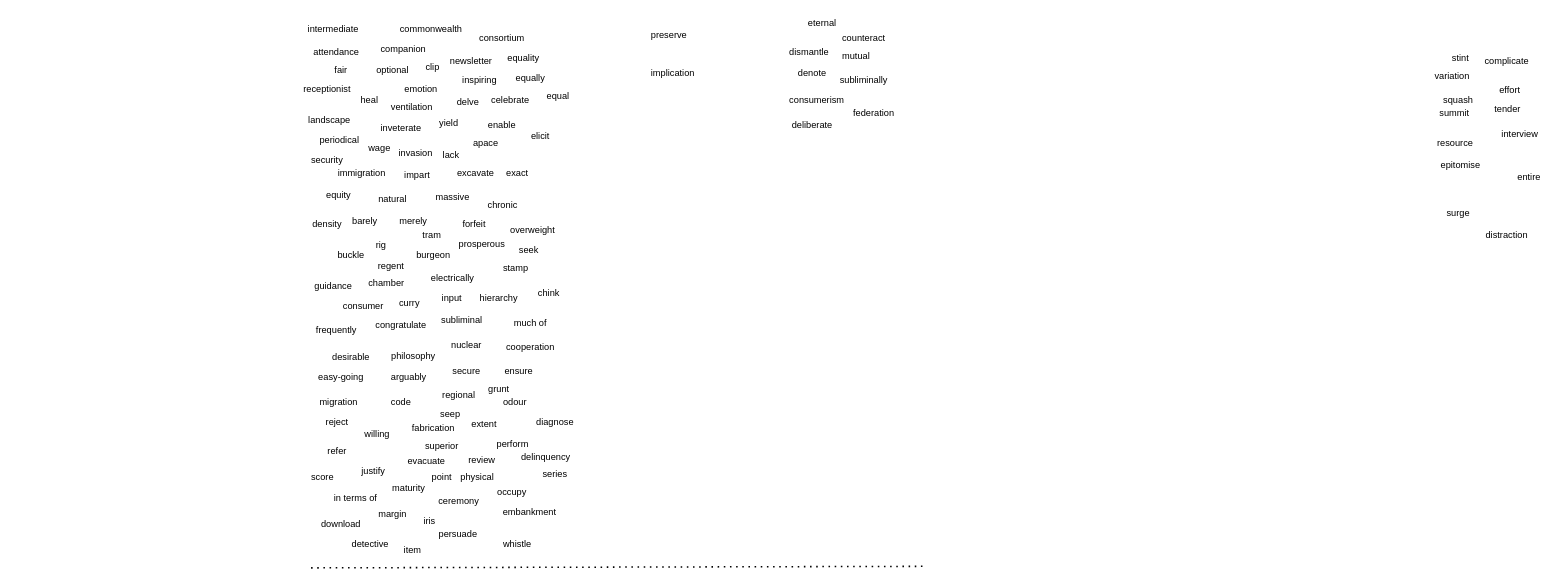
The draw.io diagram page "2023-11-14 00:12:41" (2 of 2) of 2023-11-13.drawio in GC-L/hello-world, before the edit. Source tidied: cells renumbered, new cells numbered last; positions are measured from the earlier drawing's top-left corner, leaving out a move shared by most shapes. Both pictures are drawn from the tidied source at 77%, with x=0, y=0 at pixel (296, 13).
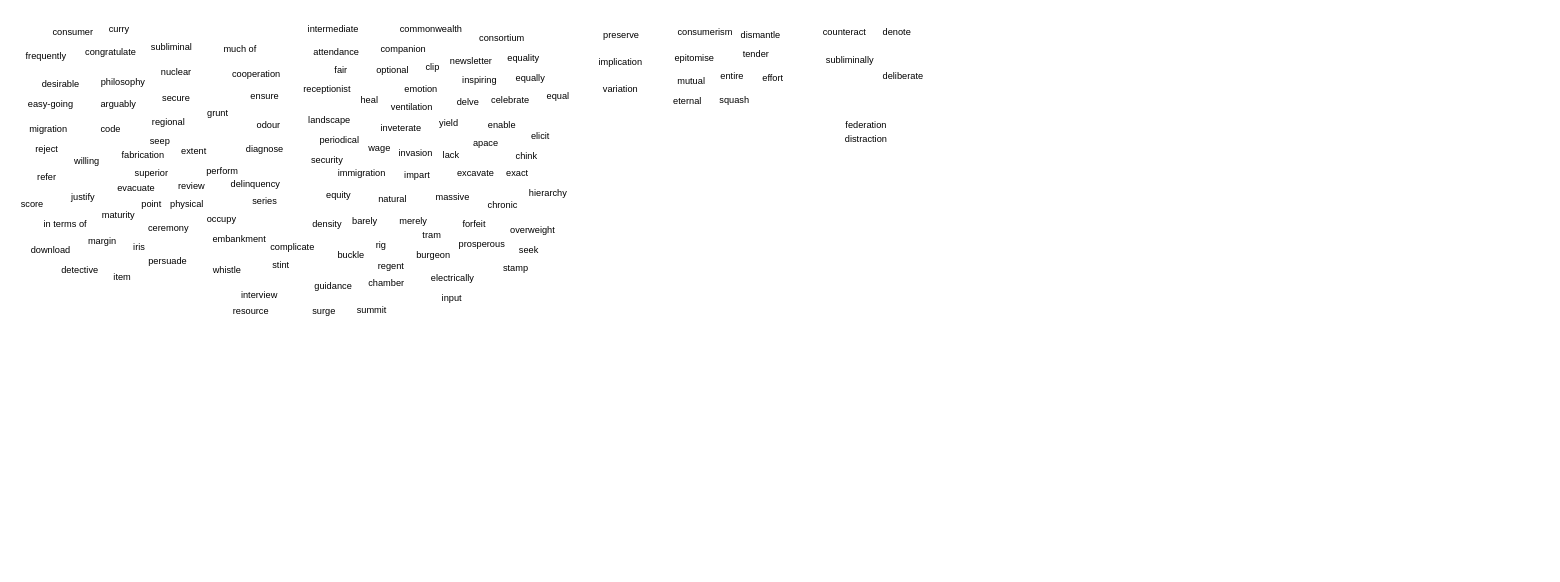
The same page after the edit.

Diff of the diagram source:
```diff
@@
     <mxCell id="4" value="arguably" style="text;html=1;align=center;verticalAlign=middle;strokeColor=none;fillColor=none;" parent="1" vertex="1">
-      <mxGeometry x="114" y="460" width="64" height="26" as="geometry" />
+      <mxGeometry x="-263" y="104.5" width="64" height="26" as="geometry" />
     </mxCell>
@@
     <mxCell id="6" value="hierarchy" style="text;html=1;align=center;verticalAlign=middle;strokeColor=none;fillColor=none;" parent="1" vertex="1">
-      <mxGeometry x="229.5" y="357" width="67" height="26" as="geometry" />
+      <mxGeometry x="293.5" y="221" width="67" height="26" as="geometry" />
     </mxCell>
@@
     <mxCell id="8" value="easy-going" style="text;html=1;align=center;verticalAlign=middle;strokeColor=none;fillColor=none;" parent="1" vertex="1">
-      <mxGeometry x="19.5" y="460" width="77" height="26" as="geometry" />
+      <mxGeometry x="-357.5" y="104.5" width="77" height="26" as="geometry" />
     </mxCell>
@@
     <mxCell id="10" value="philosophy" style="text;html=1;align=center;verticalAlign=middle;strokeColor=none;fillColor=none;" parent="1" vertex="1">
-      <mxGeometry x="114" y="432" width="75" height="26" as="geometry" />
+      <mxGeometry x="-263" y="76.5" width="75" height="26" as="geometry" />
     </mxCell>
@@
     <mxCell id="13" value="desirable" style="text;html=1;align=center;verticalAlign=middle;strokeColor=none;fillColor=none;" parent="1" vertex="1">
-      <mxGeometry x="37" y="434" width="67" height="26" as="geometry" />
+      <mxGeometry x="-340" y="78.5" width="67" height="26" as="geometry" />
     </mxCell>
@@
     <mxCell id="16" value="curry" style="text;html=1;align=center;verticalAlign=middle;strokeColor=none;fillColor=none;" parent="1" vertex="1">
-      <mxGeometry x="124" y="363" width="45" height="26" as="geometry" />
+      <mxGeometry x="-253" y="7.5" width="45" height="26" as="geometry" />
     </mxCell>
     <mxCell id="17" value="subliminal" style="text;html=1;align=center;verticalAlign=middle;strokeColor=none;fillColor=none;" parent="1" vertex="1">
-      <mxGeometry x="179" y="386" width="71" height="26" as="geometry" />
+      <mxGeometry x="-198" y="30.5" width="71" height="26" as="geometry" />
     </mxCell>
     <mxCell id="18" value="subliminally" style="text;html=1;align=center;verticalAlign=middle;strokeColor=none;fillColor=none;" parent="1" vertex="1">
-      <mxGeometry x="697" y="74" width="80" height="26" as="geometry" />
+      <mxGeometry x="679" y="47.8" width="80" height="26" as="geometry" />
     </mxCell>
@@
     <mxCell id="20" value="frequently" style="text;html=1;align=center;verticalAlign=middle;strokeColor=none;fillColor=none;" parent="1" vertex="1">
-      <mxGeometry x="16" y="398" width="71" height="26" as="geometry" />
+      <mxGeometry x="-361" y="42.5" width="71" height="26" as="geometry" />
     </mxCell>
@@
     <mxCell id="24" value="consumer" style="text;html=1;align=center;verticalAlign=middle;strokeColor=none;fillColor=none;" parent="1" vertex="1">
-      <mxGeometry x="51.5" y="367" width="71" height="26" as="geometry" />
+      <mxGeometry x="-325.5" y="11.5" width="71" height="26" as="geometry" />
     </mxCell>
     <mxCell id="25" value="consumerism" style="text;html=1;align=center;verticalAlign=middle;strokeColor=none;fillColor=none;" parent="1" vertex="1">
-      <mxGeometry x="631" y="100" width="89" height="26" as="geometry" />
+      <mxGeometry x="486" y="11.5" width="89" height="26" as="geometry" />
     </mxCell>
@@
     <mxCell id="31" value="nuclear" style="text;html=1;align=center;verticalAlign=middle;strokeColor=none;fillColor=none;" parent="1" vertex="1">
-      <mxGeometry x="192" y="418" width="57" height="26" as="geometry" />
+      <mxGeometry x="-185" y="62.5" width="57" height="26" as="geometry" />
     </mxCell>
     <mxCell id="32" value="mutual" style="text;html=1;align=center;verticalAlign=middle;strokeColor=none;fillColor=none;" parent="1" vertex="1">
-      <mxGeometry x="700" y="42" width="54" height="26" as="geometry" />
+      <mxGeometry x="486" y="74.5" width="54" height="26" as="geometry" />
     </mxCell>
@@
     <mxCell id="35" value="congratulate" style="text;html=1;align=center;verticalAlign=middle;strokeColor=none;fillColor=none;" parent="1" vertex="1">
-      <mxGeometry x="93.5" y="392" width="84" height="26" as="geometry" />
+      <mxGeometry x="-283.5" y="36.5" width="84" height="26" as="geometry" />
     </mxCell>
@@
-    <mxCell id="41" style="endArrow=none;dashed=1;html=1;dashPattern=1 3;strokeWidth=2;rounded=0;" parent="1" edge="1">
-      <mxGeometry relative="1" as="geometry">
-        <mxPoint x="19.5" y="720" as="sourcePoint" />
-        <mxPoint x="817.5" y="718" as="targetPoint" />
-      </mxGeometry>
-    </mxCell>
@@
     <mxCell id="43" value="counteract" style="text;html=1;align=center;verticalAlign=middle;strokeColor=none;fillColor=none;" parent="1" vertex="1">
-      <mxGeometry x="700" y="19" width="74" height="26" as="geometry" />
+      <mxGeometry x="675" y="11.2" width="74" height="26" as="geometry" />
     </mxCell>
@@
     <mxCell id="46" value="eternal" style="text;html=1;align=center;verticalAlign=middle;strokeColor=none;fillColor=none;" parent="1" vertex="1">
-      <mxGeometry x="655" width="55" height="26" as="geometry" />
+      <mxGeometry x="480" y="100.5" width="55" height="26" as="geometry" />
     </mxCell>
@@
     <mxCell id="54" value="dismantle" style="text;html=1;align=center;verticalAlign=middle;strokeColor=none;fillColor=none;" parent="1" vertex="1">
-      <mxGeometry x="631" y="37" width="69" height="26" as="geometry" />
+      <mxGeometry x="568" y="15" width="69" height="26" as="geometry" />
     </mxCell>
@@
     <mxCell id="71" value="grunt" style="text;html=1;align=center;verticalAlign=middle;strokeColor=none;fillColor=none;" parent="1" vertex="1">
-      <mxGeometry x="240.5" y="475" width="45" height="26" as="geometry" />
+      <mxGeometry x="-125" y="116" width="45" height="26" as="geometry" />
     </mxCell>
     <mxCell id="72" value="regional" style="text;html=1;align=center;verticalAlign=middle;strokeColor=none;fillColor=none;" parent="1" vertex="1">
-      <mxGeometry x="180" y="483" width="61" height="26" as="geometry" />
+      <mxGeometry x="-197" y="127.5" width="61" height="26" as="geometry" />
     </mxCell>
     <mxCell id="73" value="secure" style="text;html=1;align=center;verticalAlign=middle;strokeColor=none;fillColor=none;" parent="1" vertex="1">
-      <mxGeometry x="193.5" y="452" width="54" height="26" as="geometry" />
+      <mxGeometry x="-183.5" y="96.5" width="54" height="26" as="geometry" />
     </mxCell>
     <mxCell id="74" value="preserve" style="text;html=1;align=center;verticalAlign=middle;strokeColor=none;fillColor=none;" parent="1" vertex="1">
-      <mxGeometry x="451" y="15" width="65" height="26" as="geometry" />
+      <mxGeometry x="389" y="15" width="65" height="26" as="geometry" />
     </mxCell>
     <mxCell id="75" value="reject" style="text;html=1;align=center;verticalAlign=middle;strokeColor=none;fillColor=none;" parent="1" vertex="1">
-      <mxGeometry x="29.5" y="518" width="47" height="26" as="geometry" />
+      <mxGeometry x="-347.5" y="162.5" width="47" height="26" as="geometry" />
     </mxCell>
     <mxCell id="76" value="code" style="text;html=1;align=center;verticalAlign=middle;strokeColor=none;fillColor=none;" parent="1" vertex="1">
-      <mxGeometry x="113.5" y="492" width="44" height="26" as="geometry" />
+      <mxGeometry x="-263.5" y="136.5" width="44" height="26" as="geometry" />
     </mxCell>
@@
     <mxCell id="78" value="item" style="text;html=1;align=center;verticalAlign=middle;strokeColor=none;fillColor=none;" parent="1" vertex="1">
-      <mxGeometry x="130.5" y="684" width="41" height="26" as="geometry" />
+      <mxGeometry x="-246.5" y="328.5" width="41" height="26" as="geometry" />
     </mxCell>
     <mxCell id="79" value="effort" style="text;html=1;align=center;verticalAlign=middle;strokeColor=none;fillColor=none;" parent="1" vertex="1">
-      <mxGeometry x="1553.5" y="87" width="45" height="26" as="geometry" />
+      <mxGeometry x="596" y="71" width="45" height="26" as="geometry" />
     </mxCell>
     <mxCell id="80" value="point" style="text;html=1;align=center;verticalAlign=middle;strokeColor=none;fillColor=none;" parent="1" vertex="1">
-      <mxGeometry x="167" y="590" width="44" height="26" as="geometry" />
+      <mxGeometry x="-210" y="234.5" width="44" height="26" as="geometry" />
     </mxCell>
     <mxCell id="81" value="review" style="text;html=1;align=center;verticalAlign=middle;strokeColor=none;fillColor=none;" parent="1" vertex="1">
-      <mxGeometry x="214" y="567" width="53" height="26" as="geometry" />
+      <mxGeometry x="-163" y="211.5" width="53" height="26" as="geometry" />
     </mxCell>
     <mxCell id="82" value="series" style="text;html=1;align=center;verticalAlign=middle;strokeColor=none;fillColor=none;" parent="1" vertex="1">
-      <mxGeometry x="311" y="586" width="50" height="26" as="geometry" />
+      <mxGeometry x="-66" y="230.5" width="50" height="26" as="geometry" />
     </mxCell>
     <mxCell id="83" value="variation" style="text;html=1;align=center;verticalAlign=middle;strokeColor=none;fillColor=none;" parent="1" vertex="1">
-      <mxGeometry x="1469" y="68" width="63" height="26" as="geometry" />
+      <mxGeometry x="389" y="86" width="63" height="26" as="geometry" />
     </mxCell>
     <mxCell id="84" value="margin" style="text;html=1;align=center;verticalAlign=middle;strokeColor=none;fillColor=none;" parent="1" vertex="1">
-      <mxGeometry x="97" y="638" width="55" height="26" as="geometry" />
+      <mxGeometry x="-280" y="282.5" width="55" height="26" as="geometry" />
     </mxCell>
     <mxCell id="85" value="distraction" style="text;html=1;align=center;verticalAlign=middle;strokeColor=none;fillColor=none;" parent="1" vertex="1">
-      <mxGeometry x="1535.5" y="275" width="73" height="26" as="geometry" />
+      <mxGeometry x="703" y="151" width="73" height="26" as="geometry" />
     </mxCell>
     <mxCell id="86" value="complicate" style="text;html=1;align=center;verticalAlign=middle;strokeColor=none;fillColor=none;" parent="1" vertex="1">
-      <mxGeometry x="1534.5" y="49" width="75" height="26" as="geometry" />
+      <mxGeometry x="-43" y="290.5" width="75" height="26" as="geometry" />
     </mxCell>
@@
     <mxCell id="88" value="maturity" style="text;html=1;align=center;verticalAlign=middle;strokeColor=none;fillColor=none;" parent="1" vertex="1">
-      <mxGeometry x="115" y="604" width="61" height="26" as="geometry" />
+      <mxGeometry x="-262" y="248.5" width="61" height="26" as="geometry" />
     </mxCell>
     <mxCell id="89" value="download" style="text;html=1;align=center;verticalAlign=middle;strokeColor=none;fillColor=none;" parent="1" vertex="1">
-      <mxGeometry x="23.5" y="650" width="69" height="26" as="geometry" />
+      <mxGeometry x="-353.5" y="294.5" width="69" height="26" as="geometry" />
     </mxCell>
     <mxCell id="90" value="interview" style="text;html=1;align=center;verticalAlign=middle;strokeColor=none;fillColor=none;" parent="1" vertex="1">
-      <mxGeometry x="1556.5" y="144" width="65" height="26" as="geometry" />
+      <mxGeometry x="-81" y="353" width="65" height="26" as="geometry" />
     </mxCell>
     <mxCell id="91" value="extent" style="text;html=1;align=center;verticalAlign=middle;strokeColor=none;fillColor=none;" parent="1" vertex="1">
-      <mxGeometry x="218" y="521" width="51" height="26" as="geometry" />
+      <mxGeometry x="-159" y="165.5" width="51" height="26" as="geometry" />
     </mxCell>
     <mxCell id="92" value="evacuate" style="text;html=1;align=center;verticalAlign=middle;strokeColor=none;fillColor=none;" parent="1" vertex="1">
-      <mxGeometry x="135" y="569" width="67" height="26" as="geometry" />
+      <mxGeometry x="-242" y="213.5" width="67" height="26" as="geometry" />
     </mxCell>
     <mxCell id="93" value="embankment" style="text;html=1;align=center;verticalAlign=middle;strokeColor=none;fillColor=none;" parent="1" vertex="1">
-      <mxGeometry x="259" y="635" width="87" height="26" as="geometry" />
+      <mxGeometry x="-118" y="279.5" width="87" height="26" as="geometry" />
     </mxCell>
     <mxCell id="94" value="federation" style="text;html=1;align=center;verticalAlign=middle;strokeColor=none;fillColor=none;" parent="1" vertex="1">
-      <mxGeometry x="714" y="117" width="71" height="26" as="geometry" />
+      <mxGeometry x="704" y="132" width="71" height="26" as="geometry" />
     </mxCell>
     <mxCell id="95" value="surge" style="text;html=1;align=center;verticalAlign=middle;strokeColor=none;fillColor=none;" parent="1" vertex="1">
-      <mxGeometry x="1484.5" y="247" width="48" height="26" as="geometry" />
+      <mxGeometry x="11.5" y="374" width="48" height="26" as="geometry" />
     </mxCell>
     <mxCell id="96" value="physical" style="text;html=1;align=center;verticalAlign=middle;strokeColor=none;fillColor=none;" parent="1" vertex="1">
-      <mxGeometry x="204.5" y="590" width="61" height="26" as="geometry" />
+      <mxGeometry x="-172.5" y="234.5" width="61" height="26" as="geometry" />
     </mxCell>
     <mxCell id="97" value="cooperation" style="text;html=1;align=center;verticalAlign=middle;strokeColor=none;fillColor=none;" parent="1" vertex="1">
-      <mxGeometry x="263" y="420" width="81" height="26" as="geometry" />
+      <mxGeometry x="-93" y="65.8" width="81" height="26" as="geometry" />
     </mxCell>
     <mxCell id="98" value="persuade" style="text;html=1;align=center;verticalAlign=middle;strokeColor=none;fillColor=none;" parent="1" vertex="1">
-      <mxGeometry x="176" y="664" width="68" height="26" as="geometry" />
+      <mxGeometry x="-201" y="308.5" width="68" height="26" as="geometry" />
     </mxCell>
@@
     <mxCell id="101" value="whistle" style="text;html=1;align=center;verticalAlign=middle;strokeColor=none;fillColor=none;" parent="1" vertex="1">
-      <mxGeometry x="259" y="676" width="55" height="26" as="geometry" />
+      <mxGeometry x="-118" y="320.5" width="55" height="26" as="geometry" />
     </mxCell>
     <mxCell id="102" value="detective" style="text;html=1;align=center;verticalAlign=middle;strokeColor=none;fillColor=none;" parent="1" vertex="1">
-      <mxGeometry x="63" y="676" width="66" height="26" as="geometry" />
+      <mxGeometry x="-314" y="320.5" width="66" height="26" as="geometry" />
     </mxCell>
     <mxCell id="103" value="ceremony" style="text;html=1;align=center;verticalAlign=middle;strokeColor=none;fillColor=none;" parent="1" vertex="1">
-      <mxGeometry x="175" y="621" width="71" height="26" as="geometry" />
+      <mxGeometry x="-202" y="265.5" width="71" height="26" as="geometry" />
     </mxCell>
     <mxCell id="104" value="migration" style="text;html=1;align=center;verticalAlign=middle;strokeColor=none;fillColor=none;" parent="1" vertex="1">
-      <mxGeometry x="21" y="492" width="67" height="26" as="geometry" />
+      <mxGeometry x="-356" y="136.5" width="67" height="26" as="geometry" />
     </mxCell>
     <mxCell id="105" value="diagnose" style="text;html=1;align=center;verticalAlign=middle;strokeColor=none;fillColor=none;" parent="1" vertex="1">
-      <mxGeometry x="302.5" y="518" width="67" height="26" as="geometry" />
+      <mxGeometry x="-74.5" y="162.5" width="67" height="26" as="geometry" />
     </mxCell>
     <mxCell id="106" value="denote" style="text;html=1;align=center;verticalAlign=middle;strokeColor=none;fillColor=none;" parent="1" vertex="1">
-      <mxGeometry x="642" y="65" width="55" height="26" as="geometry" />
+      <mxGeometry x="752" y="11.2" width="55" height="26" as="geometry" />
     </mxCell>
     <mxCell id="107" value="chink" style="text;html=1;align=center;verticalAlign=middle;strokeColor=none;fillColor=none;" parent="1" vertex="1">
-      <mxGeometry x="305" y="351" width="46" height="26" as="geometry" />
+      <mxGeometry x="276" y="172" width="46" height="26" as="geometry" />
     </mxCell>
     <mxCell id="108" value="iris" style="text;html=1;align=center;verticalAlign=middle;strokeColor=none;fillColor=none;" parent="1" vertex="1">
-      <mxGeometry x="156" y="646" width="33" height="26" as="geometry" />
+      <mxGeometry x="-221" y="290.5" width="33" height="26" as="geometry" />
     </mxCell>
     <mxCell id="109" value="resource" style="text;html=1;align=center;verticalAlign=middle;strokeColor=none;fillColor=none;" parent="1" vertex="1">
-      <mxGeometry x="1472" y="155" width="65" height="26" as="geometry" />
+      <mxGeometry x="-91.5" y="374" width="65" height="26" as="geometry" />
     </mxCell>
     <mxCell id="110" value="entire" style="text;html=1;align=center;verticalAlign=middle;strokeColor=none;fillColor=none;" parent="1" vertex="1">
-      <mxGeometry x="1576.5" y="200" width="48" height="26" as="geometry" />
+      <mxGeometry x="542" y="68" width="48" height="26" as="geometry" />
     </mxCell>
     <mxCell id="111" value="epitomise" style="text;html=1;align=center;verticalAlign=middle;strokeColor=none;fillColor=none;" parent="1" vertex="1">
-      <mxGeometry x="1477.5" y="184" width="69" height="26" as="geometry" />
+      <mxGeometry x="482" y="45" width="69" height="26" as="geometry" />
     </mxCell>
     <mxCell id="112" value="much of" style="text;html=1;align=center;verticalAlign=middle;strokeColor=none;fillColor=none;" parent="1" vertex="1">
-      <mxGeometry x="273" y="389" width="61" height="26" as="geometry" />
+      <mxGeometry x="-104" y="33.5" width="61" height="26" as="geometry" />
     </mxCell>
     <mxCell id="113" value="summit" style="text;html=1;align=center;verticalAlign=middle;strokeColor=none;fillColor=none;" parent="1" vertex="1">
-      <mxGeometry x="1475.5" y="117" width="57" height="26" as="geometry" />
+      <mxGeometry x="69" y="372" width="57" height="26" as="geometry" />
     </mxCell>
     <mxCell id="114" value="ensure" style="text;html=1;align=center;verticalAlign=middle;strokeColor=none;fillColor=none;" parent="1" vertex="1">
-      <mxGeometry x="261" y="452" width="55" height="26" as="geometry" />
+      <mxGeometry x="-69" y="95" width="55" height="26" as="geometry" />
     </mxCell>
     <mxCell id="115" value="odour" style="text;html=1;align=center;verticalAlign=middle;strokeColor=none;fillColor=none;" parent="1" vertex="1">
-      <mxGeometry x="259" y="492" width="49" height="26" as="geometry" />
+      <mxGeometry x="-61" y="132" width="49" height="26" as="geometry" />
     </mxCell>
     <mxCell id="116" value="superior" style="text;html=1;align=center;verticalAlign=middle;strokeColor=none;fillColor=none;" parent="1" vertex="1">
-      <mxGeometry x="158.5" y="549" width="61" height="26" as="geometry" />
+      <mxGeometry x="-218.5" y="193.5" width="61" height="26" as="geometry" />
     </mxCell>
     <mxCell id="117" value="in terms of" style="text;html=1;align=center;verticalAlign=middle;strokeColor=none;fillColor=none;" parent="1" vertex="1">
-      <mxGeometry x="39.5" y="616" width="74" height="26" as="geometry" />
+      <mxGeometry x="-337.5" y="260.5" width="74" height="26" as="geometry" />
     </mxCell>
     <mxCell id="118" value="tender" style="text;html=1;align=center;verticalAlign=middle;strokeColor=none;fillColor=none;" parent="1" vertex="1">
-      <mxGeometry x="1546.5" y="112" width="52" height="26" as="geometry" />
+      <mxGeometry x="571" y="39.8" width="52" height="26" as="geometry" />
     </mxCell>
     <mxCell id="119" value="willing" style="text;html=1;align=center;verticalAlign=middle;strokeColor=none;fillColor=none;" parent="1" vertex="1">
-      <mxGeometry x="79" y="534" width="51" height="26" as="geometry" />
+      <mxGeometry x="-298" y="178.5" width="51" height="26" as="geometry" />
     </mxCell>
     <mxCell id="120" value="perform" style="text;html=1;align=center;verticalAlign=middle;strokeColor=none;fillColor=none;" parent="1" vertex="1">
-      <mxGeometry x="251" y="547" width="59" height="26" as="geometry" />
+      <mxGeometry x="-126" y="191.5" width="59" height="26" as="geometry" />
     </mxCell>
     <mxCell id="121" value="seep" style="text;html=1;align=center;verticalAlign=middle;strokeColor=none;fillColor=none;" parent="1" vertex="1">
-      <mxGeometry x="178" y="508" width="44" height="26" as="geometry" />
+      <mxGeometry x="-199" y="152.5" width="44" height="26" as="geometry" />
     </mxCell>
     <mxCell id="122" value="delinquency" style="text;html=1;align=center;verticalAlign=middle;strokeColor=none;fillColor=none;" parent="1" vertex="1">
-      <mxGeometry x="283" y="564" width="82" height="26" as="geometry" />
+      <mxGeometry x="-94" y="208.5" width="82" height="26" as="geometry" />
     </mxCell>
     <mxCell id="123" value="deliberate" style="text;html=1;align=center;verticalAlign=middle;strokeColor=none;fillColor=none;" parent="1" vertex="1">
-      <mxGeometry x="634" y="132" width="71" height="26" as="geometry" />
+      <mxGeometry x="752" y="68.5" width="71" height="26" as="geometry" />
     </mxCell>
     <mxCell id="124" value="implication" style="text;html=1;align=center;verticalAlign=middle;strokeColor=none;fillColor=none;" parent="1" vertex="1">
-      <mxGeometry x="451" y="65" width="75" height="26" as="geometry" />
+      <mxGeometry x="383" y="50.5" width="75" height="26" as="geometry" />
     </mxCell>
     <mxCell id="125" value="occupy" style="text;html=1;align=center;verticalAlign=middle;strokeColor=none;fillColor=none;" parent="1" vertex="1">
-      <mxGeometry x="252" y="609" width="56" height="26" as="geometry" />
+      <mxGeometry x="-125" y="253.5" width="56" height="26" as="geometry" />
     </mxCell>
     <mxCell id="126" value="stint" style="text;html=1;align=center;verticalAlign=middle;strokeColor=none;fillColor=none;" parent="1" vertex="1">
-      <mxGeometry x="1492" y="45" width="40" height="26" as="geometry" />
+      <mxGeometry x="-40" y="314" width="40" height="26" as="geometry" />
     </mxCell>
     <mxCell id="127" value="fabrication" style="text;html=1;align=center;verticalAlign=middle;strokeColor=none;fillColor=none;" parent="1" vertex="1">
-      <mxGeometry x="141" y="526" width="73" height="26" as="geometry" />
+      <mxGeometry x="-236" y="170.5" width="73" height="26" as="geometry" />
     </mxCell>
     <mxCell id="128" value="justify" style="text;html=1;align=center;verticalAlign=middle;strokeColor=none;fillColor=none;" parent="1" vertex="1">
-      <mxGeometry x="75.5" y="581" width="49" height="26" as="geometry" />
+      <mxGeometry x="-301.5" y="225.5" width="49" height="26" as="geometry" />
     </mxCell>
     <mxCell id="129" value="score" style="text;html=1;align=center;verticalAlign=middle;strokeColor=none;fillColor=none;" parent="1" vertex="1">
-      <mxGeometry x="10" y="590" width="47" height="26" as="geometry" />
+      <mxGeometry x="-367" y="234.5" width="47" height="26" as="geometry" />
     </mxCell>
     <mxCell id="130" value="squash" style="text;html=1;align=center;verticalAlign=middle;strokeColor=none;fillColor=none;" parent="1" vertex="1">
-      <mxGeometry x="1480" y="100" width="57" height="26" as="geometry" />
+      <mxGeometry x="540" y="100" width="57" height="26" as="geometry" />
     </mxCell>
     <mxCell id="131" value="refer" style="text;html=1;align=center;verticalAlign=middle;strokeColor=none;fillColor=none;" parent="1" vertex="1">
-      <mxGeometry x="31.5" y="555" width="43" height="26" as="geometry" />
+      <mxGeometry x="-345.5" y="199.5" width="43" height="26" as="geometry" />
     </mxCell>
```
